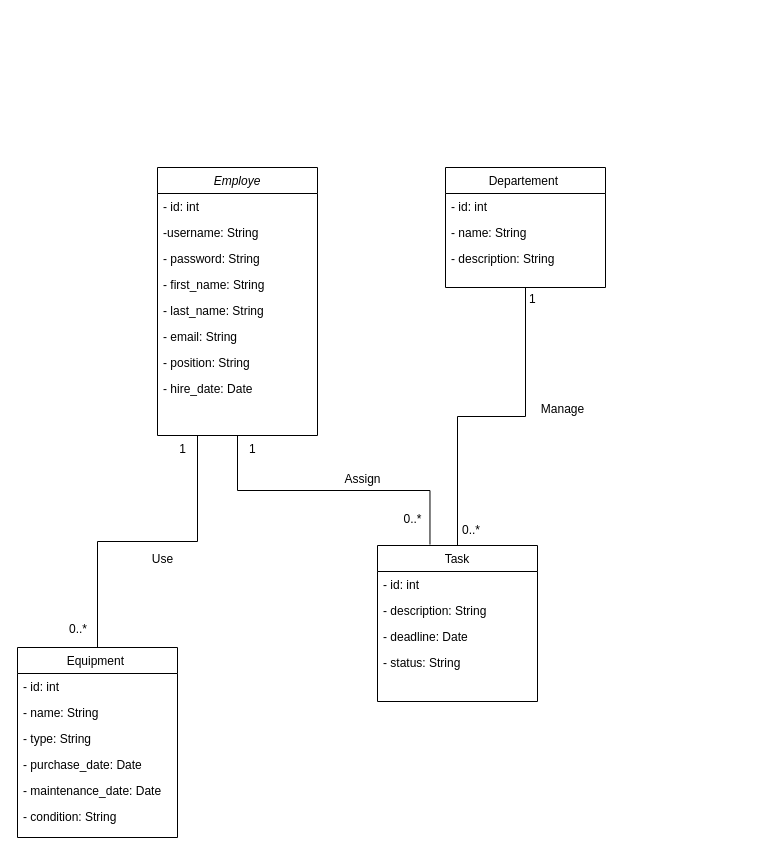
The draw.io diagram Untitled Diagram.drawio in spirithuntt/resourciumoptima, before the edit. Source tidied: cells renumbered, new cells numbered last; positions are measured from the earlier drawing's top-left corner, leaving out a move shared by most shapes. Both pictures are drawn from the tidied source at 100%, with x=0, y=0 at pixel (17, 167).
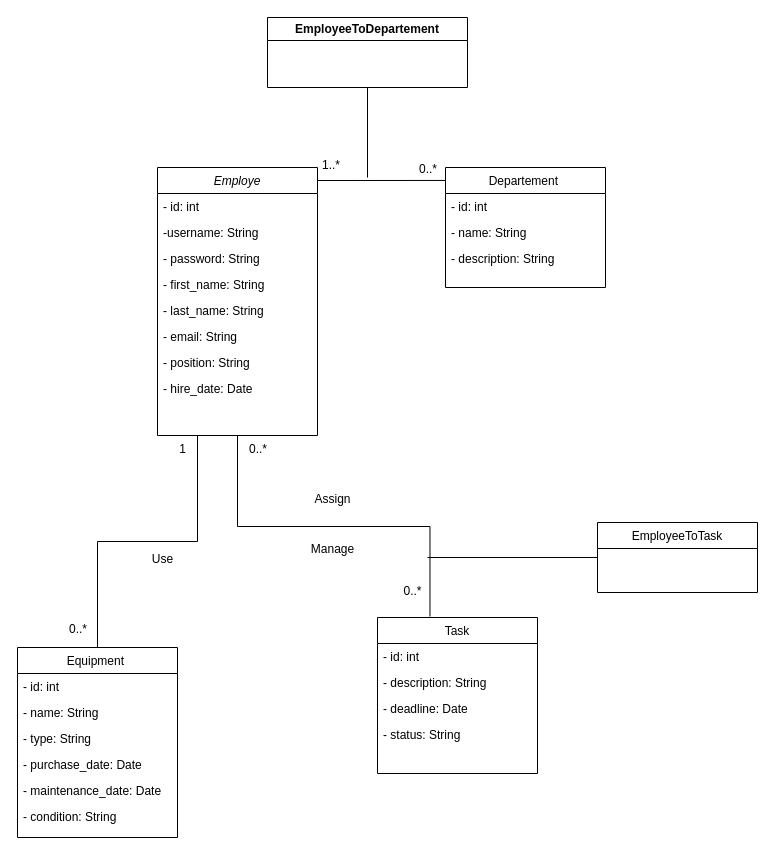
After the change.

The change refers to these unchanged cells:
```xml
<mxCell id="2" value="Employe" style="swimlane;fontStyle=2;align=center;verticalAlign=top;horizontal=1;startSize=26;rounded=0;shadow=0;strokeWidth=1;" parent="1" vertex="1">
  <mxGeometry x="140" width="160" height="268" as="geometry" />
</mxCell>
<mxCell id="23" value="Departement " style="swimlane;fontStyle=0;align=center;verticalAlign=top;horizontal=1;startSize=26;rounded=0;shadow=0;strokeWidth=1;" parent="1" vertex="1">
  <mxGeometry x="428" width="160" height="120" as="geometry" />
</mxCell>
<mxCell id="36" style="endArrow=none;shadow=0;strokeWidth=1;rounded=0;endFill=0;edgeStyle=elbowEdgeStyle;elbow=vertical;entryX=0.328;entryY=-0.006;entryDx=0;entryDy=0;entryPerimeter=0;exitX=0.5;exitY=1;exitDx=0;exitDy=0;" parent="1" edge="1" source="2" target="18">
  <mxGeometry x="0.5" y="41" relative="1" as="geometry">
    <mxPoint x="-40" y="32" as="offset" />
  </mxGeometry>
</mxCell>
```

What changed in the source:
```diff
@@
     <mxCell id="18" value="Task" style="swimlane;fontStyle=0;align=center;verticalAlign=top;horizontal=1;startSize=26;rounded=0;shadow=0;strokeWidth=1;" parent="1" vertex="1">
-      <mxGeometry x="360" y="378" width="160" height="156" as="geometry" />
+      <mxGeometry x="360" y="450" width="160" height="156" as="geometry" />
     </mxCell>
@@
-    <mxCell id="27" style="endArrow=none;shadow=0;strokeWidth=1;rounded=0;endFill=0;edgeStyle=elbowEdgeStyle;elbow=vertical;entryX=0.5;entryY=0;entryDx=0;entryDy=0;exitX=0.5;exitY=1;exitDx=0;exitDy=0;" parent="1" edge="1" source="23" target="18">
-      <mxGeometry x="0.5" y="41" relative="1" as="geometry">
-        <mxPoint x="-40" y="32" as="offset" />
-      </mxGeometry>
-    </mxCell>
-    <mxCell id="28" value="1" style="align=left;verticalAlign=bottom;labelBackgroundColor=none;fontSize=12;" parent="27" vertex="1">
-      <mxGeometry x="-1" relative="1" as="geometry">
-        <mxPoint x="2" y="20" as="offset" />
-      </mxGeometry>
-    </mxCell>
-    <mxCell id="29" value="0..*" style="align=right;verticalAlign=bottom;labelBackgroundColor=none;fontSize=12;" parent="27" vertex="1">
-      <mxGeometry x="1" relative="1" as="geometry">
-        <mxPoint x="24" y="-7" as="offset" />
-      </mxGeometry>
-    </mxCell>
     <mxCell id="30" value="Assign" style="text;html=1;align=center;verticalAlign=middle;labelBackgroundColor=none;rounded=0;shadow=0;strokeWidth=1;fontSize=12;" parent="1" vertex="1">
-      <mxGeometry x="350" y="320" as="geometry">
+      <mxGeometry x="320" y="340" as="geometry">
         <mxPoint x="-6" y="-9" as="offset" />
       </mxGeometry>
     </mxCell>
@@
     <mxCell id="35" value="Manage" style="text;html=1;align=center;verticalAlign=middle;labelBackgroundColor=none;rounded=0;shadow=0;strokeWidth=1;fontSize=12;" parent="1" vertex="1">
-      <mxGeometry x="550" y="250" as="geometry">
+      <mxGeometry x="320" y="390" as="geometry">
         <mxPoint x="-6" y="-9" as="offset" />
       </mxGeometry>
     </mxCell>
@@
-    <mxCell id="37" value="1" style="align=left;verticalAlign=bottom;labelBackgroundColor=none;fontSize=12;" parent="36" vertex="1">
+    <mxCell id="37" value="0..*" style="align=left;verticalAlign=bottom;labelBackgroundColor=none;fontSize=12;" parent="36" vertex="1">
       <mxGeometry x="-1" relative="1" as="geometry">
         <mxPoint x="10" y="22" as="offset" />
       </mxGeometry>
     </mxCell>
@@
+    <mxCell id="39" style="endArrow=none;shadow=0;strokeWidth=1;rounded=0;endFill=0;edgeStyle=elbowEdgeStyle;elbow=vertical;exitX=0;exitY=0.108;exitDx=0;exitDy=0;exitPerimeter=0;" parent="1" edge="1" source="23" target="2">
+      <mxGeometry x="0.5" y="41" relative="1" as="geometry">
+        <mxPoint x="-40" y="32" as="offset" />
+      </mxGeometry>
+    </mxCell>
+    <mxCell id="29" value="0..*" style="align=left;verticalAlign=bottom;labelBackgroundColor=none;fontSize=12;" parent="39" vertex="1">
+      <mxGeometry x="-1" relative="1" as="geometry">
+        <mxPoint x="-28" y="-3" as="offset" />
+      </mxGeometry>
+    </mxCell>
+    <mxCell id="40" value="1..*" style="align=right;verticalAlign=bottom;labelBackgroundColor=none;fontSize=12;" parent="39" vertex="1">
+      <mxGeometry x="1" relative="1" as="geometry">
+        <mxPoint x="24" y="-7" as="offset" />
+      </mxGeometry>
+    </mxCell>
+    <mxCell id="41" style="endArrow=none;html=1;rounded=0;" parent="1" edge="1" target="42">
+      <mxGeometry relative="1" as="geometry">
+        <mxPoint x="350" y="10" as="sourcePoint" />
+      </mxGeometry>
+    </mxCell>
+    <mxCell id="42" value="EmployeeToDepartement" style="swimlane;whiteSpace=wrap;html=1;" parent="1" vertex="1">
+      <mxGeometry x="250" y="-150" width="200" height="70" as="geometry" />
+    </mxCell>
+    <mxCell id="43" style="endArrow=none;shadow=0;strokeWidth=1;rounded=0;endFill=0;edgeStyle=elbowEdgeStyle;elbow=vertical;exitX=0;exitY=0.5;exitDx=0;exitDy=0;" parent="1" edge="1" source="44">
+      <mxGeometry x="0.5" y="41" relative="1" as="geometry">
+        <mxPoint x="410" y="389.1" as="targetPoint" />
+        <mxPoint x="-40" y="32" as="offset" />
+      </mxGeometry>
+    </mxCell>
+    <mxCell id="44" value="EmployeeToTask" style="swimlane;fontStyle=0;align=center;verticalAlign=top;horizontal=1;startSize=26;rounded=0;shadow=0;strokeWidth=1;" parent="1" vertex="1">
+      <mxGeometry x="580" y="355" width="160" height="70" as="geometry" />
+    </mxCell>
```
